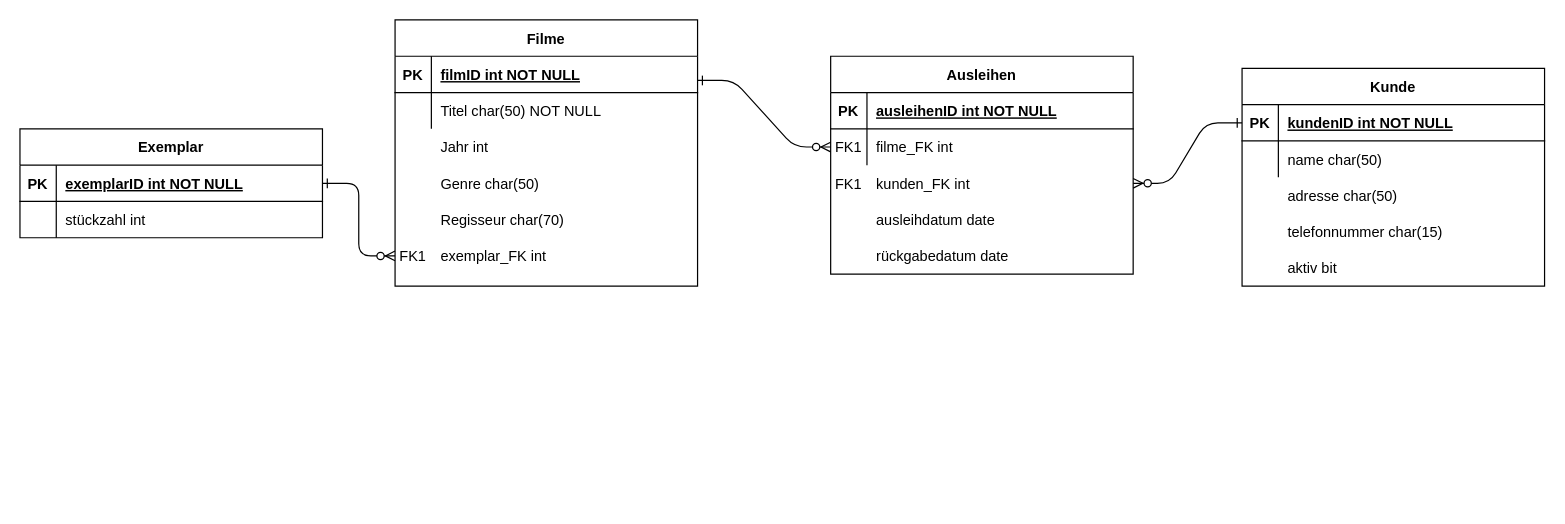
Before: M153_Projekt_ER_Dagramm.drawio in ashakushteiu/M153_Projekt, a draw.io diagram. Source tidied: cells renumbered, new cells numbered last; positions are measured from the earlier drawing's top-left corner, leaving out a move shared by most shapes. Both pictures are drawn from the tidied source at 121%, with x=0, y=0 at pixel (19, 19).
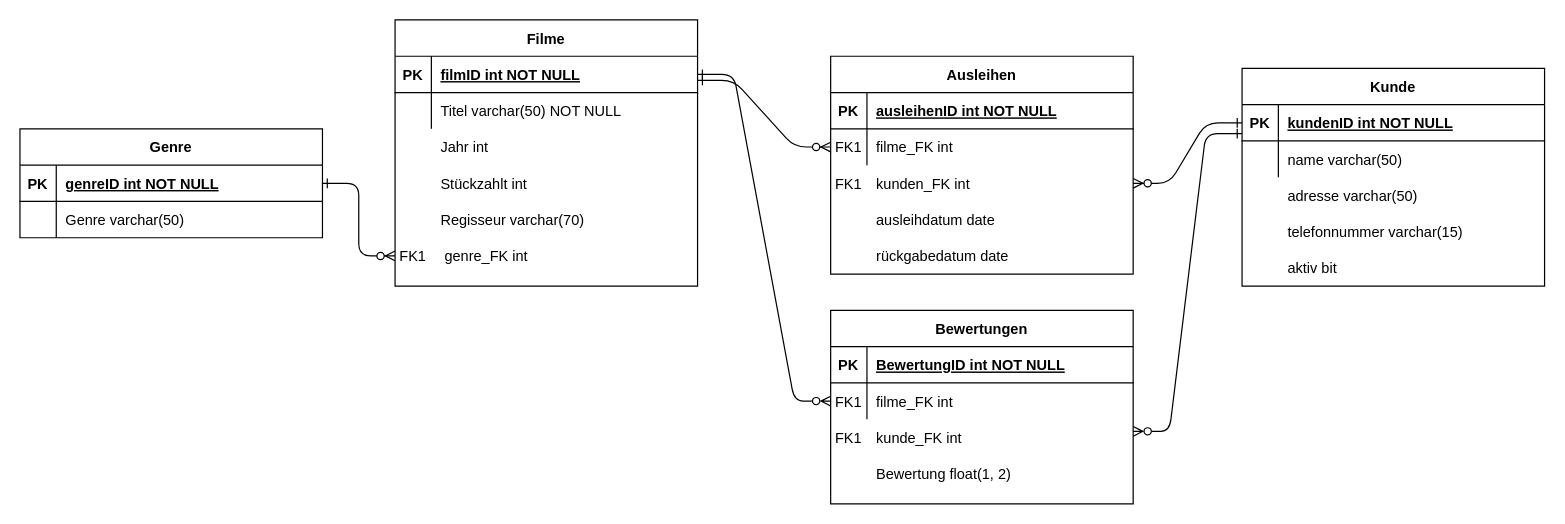
The same page after the edit.

The change refers to these unchanged cells:
```xml
<mxCell id="13" style="shape=partialRectangle;fillColor=none;top=0;left=0;right=0;bottom=0;" parent="9" vertex="1">
  <mxGeometry y="60" width="250" height="30" as="geometry" />
</mxCell>
<mxCell id="17" style="shape=partialRectangle;fillColor=none;points=[[0,0.5],[1,0.5]];portConstraint=eastwest;top=0;left=0;right=0;bottom=1;" parent="16" vertex="1">
  <mxGeometry y="30" width="250" height="30" as="geometry" />
</mxCell>
<mxCell id="20" style="shape=partialRectangle;fillColor=none;top=0;left=0;right=0;bottom=0;" parent="16" vertex="1">
  <mxGeometry y="60" width="250" height="30" as="geometry" />
</mxCell>
<mxCell id="26" style="shape=partialRectangle;fillColor=none;top=0;left=0;right=0;bottom=0;" parent="1" vertex="1">
  <mxGeometry x="1010" y="130" width="250" height="30" as="geometry" />
</mxCell>
<mxCell id="29" style="shape=partialRectangle;fillColor=none;top=0;left=0;right=0;bottom=0;" parent="1" vertex="1">
  <mxGeometry x="1010" y="160" width="250" height="30" as="geometry" />
</mxCell>
<mxCell id="32" style="shape=partialRectangle;fillColor=none;points=[[0,0.5],[1,0.5]];portConstraint=eastwest;top=0;left=0;right=0;bottom=0;" parent="1" vertex="1">
  <mxGeometry x="310" y="180" width="250" height="30" as="geometry" />
</mxCell>
<mxCell id="36" style="shape=partialRectangle;fillColor=none;points=[[0,0.5],[1,0.5]];portConstraint=eastwest;top=0;left=0;right=0;bottom=1;" parent="35" vertex="1">
  <mxGeometry y="30" width="250" height="30" as="geometry" />
</mxCell>
<mxCell id="39" style="shape=partialRectangle;fillColor=none;top=0;left=0;right=0;bottom=0;" parent="35" vertex="1">
  <mxGeometry y="60" width="250" height="30" as="geometry" />
</mxCell>
```

The edit, as a diff of the source:
```diff
@@
-    <mxCell id="15" value="name char(50)" style="shape=partialRectangle;overflow=hidden;fillColor=none;top=0;left=0;bottom=0;right=0;align=left;spacingLeft=6;" parent="13" vertex="1">
+    <mxCell id="15" value="name varchar(50)" style="shape=partialRectangle;overflow=hidden;fillColor=none;top=0;left=0;bottom=0;right=0;align=left;spacingLeft=6;" parent="13" vertex="1">
       <mxGeometry x="30" width="220" height="30" as="geometry" />
     </mxCell>
@@
-    <mxCell id="22" value="Titel char(50) NOT NULL" style="shape=partialRectangle;overflow=hidden;fillColor=none;top=0;left=0;bottom=0;right=0;align=left;spacingLeft=6;" parent="20" vertex="1">
+    <mxCell id="22" value="Titel varchar(50) NOT NULL" style="shape=partialRectangle;overflow=hidden;fillColor=none;top=0;left=0;bottom=0;right=0;align=left;spacingLeft=6;" parent="20" vertex="1">
       <mxGeometry x="30" width="220" height="30" as="geometry" />
     </mxCell>
@@
-    <mxCell id="24" value="Genre char(50)" style="shape=partialRectangle;overflow=hidden;fillColor=none;top=0;left=0;bottom=0;right=0;align=left;spacingLeft=6;" parent="1" vertex="1">
+    <mxCell id="24" value="Stückzahlt int" style="shape=partialRectangle;overflow=hidden;fillColor=none;top=0;left=0;bottom=0;right=0;align=left;spacingLeft=6;" parent="1" vertex="1">
       <mxGeometry x="340" y="120" width="220" height="30" as="geometry" />
     </mxCell>
-    <mxCell id="25" value="Regisseur char(70)" style="shape=partialRectangle;overflow=hidden;fillColor=none;top=0;left=0;bottom=0;right=0;align=left;spacingLeft=6;" parent="1" vertex="1">
+    <mxCell id="25" value="Regisseur varchar(70)" style="shape=partialRectangle;overflow=hidden;fillColor=none;top=0;left=0;bottom=0;right=0;align=left;spacingLeft=6;" parent="1" vertex="1">
       <mxGeometry x="340" y="150" width="220" height="30" as="geometry" />
     </mxCell>
@@
-    <mxCell id="28" value="adresse char(50)" style="shape=partialRectangle;overflow=hidden;fillColor=none;top=0;left=0;bottom=0;right=0;align=left;spacingLeft=6;" parent="26" vertex="1">
+    <mxCell id="28" value="adresse varchar(50)" style="shape=partialRectangle;overflow=hidden;fillColor=none;top=0;left=0;bottom=0;right=0;align=left;spacingLeft=6;" parent="26" vertex="1">
       <mxGeometry x="30" width="220" height="30" as="geometry" />
     </mxCell>
@@
-    <mxCell id="31" value="telefonnummer char(15)" style="shape=partialRectangle;overflow=hidden;fillColor=none;top=0;left=0;bottom=0;right=0;align=left;spacingLeft=6;" parent="29" vertex="1">
+    <mxCell id="31" value="telefonnummer varchar(15)" style="shape=partialRectangle;overflow=hidden;fillColor=none;top=0;left=0;bottom=0;right=0;align=left;spacingLeft=6;" parent="29" vertex="1">
       <mxGeometry x="30" width="220" height="30" as="geometry" />
     </mxCell>
@@
-    <mxCell id="34" value="exemplar_FK int" style="shape=partialRectangle;overflow=hidden;fillColor=none;top=0;left=0;bottom=0;right=0;align=left;spacingLeft=6;" parent="32" vertex="1">
+    <mxCell id="34" value=" genre_FK int" style="shape=partialRectangle;overflow=hidden;fillColor=none;top=0;left=0;bottom=0;right=0;align=left;spacingLeft=6;" parent="32" vertex="1">
       <mxGeometry x="30" width="220" height="30" as="geometry" />
     </mxCell>
-    <mxCell id="35" value="Exemplar" style="shape=table;startSize=30;childLayout=tableLayout;rowLines=0;fontStyle=1;align=center;" parent="1" vertex="1">
+    <mxCell id="35" value="Genre" style="shape=table;startSize=30;childLayout=tableLayout;rowLines=0;fontStyle=1;align=center;" parent="1" vertex="1">
       <mxGeometry y="90" width="250" height="90" as="geometry" />
     </mxCell>
@@
-    <mxCell id="38" value="exemplarID int NOT NULL " style="shape=partialRectangle;overflow=hidden;fillColor=none;top=0;left=0;bottom=0;right=0;align=left;spacingLeft=6;fontStyle=5;" parent="36" vertex="1">
+    <mxCell id="38" value="genreID int NOT NULL " style="shape=partialRectangle;overflow=hidden;fillColor=none;top=0;left=0;bottom=0;right=0;align=left;spacingLeft=6;fontStyle=5;" parent="36" vertex="1">
       <mxGeometry x="30" width="220" height="30" as="geometry" />
     </mxCell>
@@
-    <mxCell id="41" value="stückzahl int" style="shape=partialRectangle;overflow=hidden;fillColor=none;top=0;left=0;bottom=0;right=0;align=left;spacingLeft=6;" parent="39" vertex="1">
+    <mxCell id="41" value="Genre varchar(50)" style="shape=partialRectangle;overflow=hidden;fillColor=none;top=0;left=0;bottom=0;right=0;align=left;spacingLeft=6;" parent="39" vertex="1">
       <mxGeometry x="30" width="220" height="30" as="geometry" />
     </mxCell>
@@
+    <mxCell id="57" value="Bewertung float(1, 2)" style="shape=partialRectangle;overflow=hidden;fillColor=none;top=0;left=0;bottom=0;right=0;align=left;spacingLeft=6;" parent="1" vertex="1">
+      <mxGeometry x="700" y="360" width="220" height="30" as="geometry" />
+    </mxCell>
+    <mxCell id="58" value="Bewertungen" style="shape=table;startSize=30;childLayout=tableLayout;rowLines=0;fontStyle=1;align=center;" parent="1" vertex="1">
+      <mxGeometry x="670" y="240" width="250" height="160" as="geometry" />
+    </mxCell>
+    <mxCell id="59" style="shape=partialRectangle;fillColor=none;top=0;left=0;right=0;bottom=1;" parent="58" vertex="1">
+      <mxGeometry y="30" width="250" height="30" as="geometry" />
+    </mxCell>
+    <mxCell id="60" value="PK" style="shape=partialRectangle;overflow=hidden;fillColor=none;top=0;left=0;bottom=0;right=0;fontStyle=1;" parent="59" vertex="1">
+      <mxGeometry width="30" height="30" as="geometry" />
+    </mxCell>
+    <mxCell id="61" value="BewertungID int NOT NULL " style="shape=partialRectangle;overflow=hidden;fillColor=none;top=0;left=0;bottom=0;right=0;align=left;spacingLeft=6;fontStyle=5;" parent="59" vertex="1">
+      <mxGeometry x="30" width="220" height="30" as="geometry" />
+    </mxCell>
+    <mxCell id="62" style="shape=partialRectangle;fillColor=none;points=[[0,0.5],[1,0.5]];portConstraint=eastwest;top=0;left=0;right=0;bottom=0;" parent="58" vertex="1">
+      <mxGeometry y="60" width="250" height="30" as="geometry" />
+    </mxCell>
+    <mxCell id="63" value="FK1" style="shape=partialRectangle;overflow=hidden;fillColor=none;top=0;left=0;bottom=0;right=0;" parent="62" vertex="1">
+      <mxGeometry width="30" height="30" as="geometry" />
+    </mxCell>
+    <mxCell id="64" value="filme_FK int" style="shape=partialRectangle;overflow=hidden;fillColor=none;top=0;left=0;bottom=0;right=0;align=left;spacingLeft=6;" parent="62" vertex="1">
+      <mxGeometry x="30" width="220" height="30" as="geometry" />
+    </mxCell>
+    <mxCell id="65" value="kunde_FK int" style="shape=partialRectangle;overflow=hidden;fillColor=none;top=0;left=0;bottom=0;right=0;align=left;spacingLeft=6;" parent="1" vertex="1">
+      <mxGeometry x="700" y="330" width="220" height="30" as="geometry" />
+    </mxCell>
+    <mxCell id="66" value="FK1" style="shape=partialRectangle;overflow=hidden;fillColor=none;top=0;left=0;bottom=0;right=0;" parent="1" vertex="1">
+      <mxGeometry x="670" y="330" width="30" height="30" as="geometry" />
+    </mxCell>
+    <mxCell id="67" style="edgeStyle=entityRelationEdgeStyle;endArrow=ERone;startArrow=ERzeroToMany;endFill=0;startFill=0;entryX=1;entryY=0.5;entryDx=0;entryDy=0;exitX=0;exitY=0.5;exitDx=0;exitDy=0;" parent="1" edge="1" source="62" target="17">
+      <mxGeometry relative="1" as="geometry" />
+    </mxCell>
+    <mxCell id="68" style="edgeStyle=entityRelationEdgeStyle;endArrow=ERone;startArrow=ERzeroToMany;endFill=0;startFill=0;" parent="1" edge="1">
+      <mxGeometry relative="1" as="geometry">
+        <mxPoint x="920" y="340" as="sourcePoint" />
+        <mxPoint x="1010" y="94" as="targetPoint" />
+      </mxGeometry>
+    </mxCell>
```
